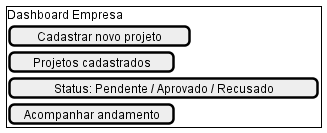
The PlantUML diagram docs/assets/empresa.png in Projetos-de-Extensao/PFE_25.2_8003_I, before a commit. Its diagram source:
```plantuml
@startuml empresa
salt
{
  {+
    Dashboard Empresa
    [Cadastrar novo projeto]
    [Projetos cadastrados]
    [Status: Pendente / Aprovado / Recusado]
    [Acompanhar andamento]
  }
}
@enduml
```
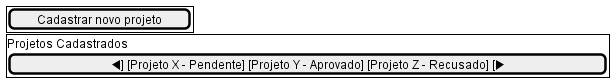
After the commit.

The edit, as a diff of the source:
```diff
@@ -1,12 +1,14 @@
-@startuml empresa
+@startuml Empresa
 salt
 {
   {+
-    Dashboard Empresa
     [Cadastrar novo projeto]
-    [Projetos cadastrados]
-    [Status: Pendente / Aprovado / Recusado]
-    [Acompanhar andamento]
+  }
+
+  {+
+    Projetos Cadastrados
+    [◀] [Projeto X - Pendente] [Projeto Y - Aprovado] [Projeto Z - Recusado] [▶]
   }
 }
+
 @enduml
```
